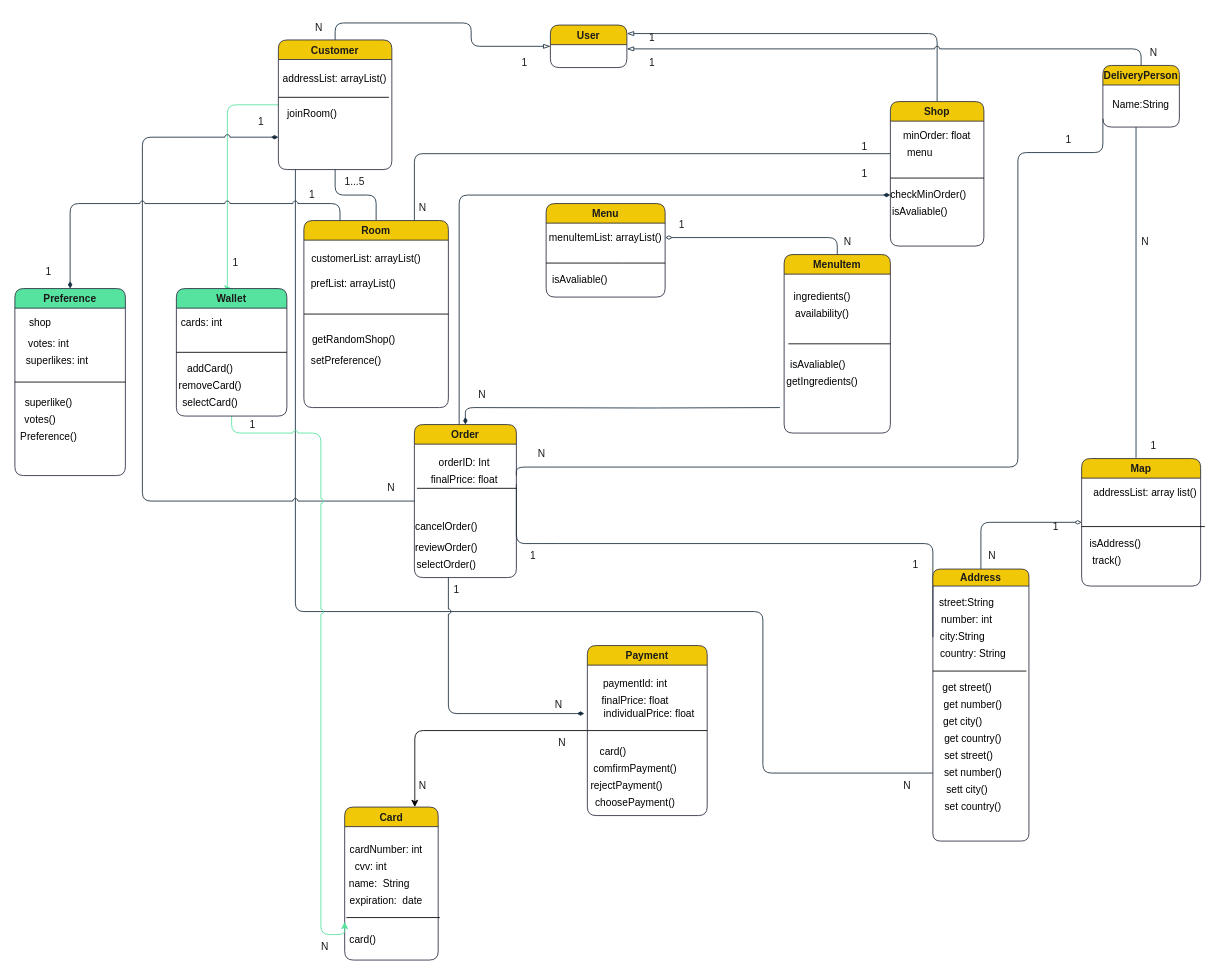
Before: docs/contributions/JoannaAgo/Phase_4/Domain_Model.drawio in iloudaros/nomnomr, a draw.io diagram. Source tidied: cells renumbered, new cells numbered last; positions are measured from the earlier drawing's top-left corner, leaving out a move shared by most shapes. Both pictures are drawn from the tidied source at 85%, with x=0, y=0 at pixel (14, 14).
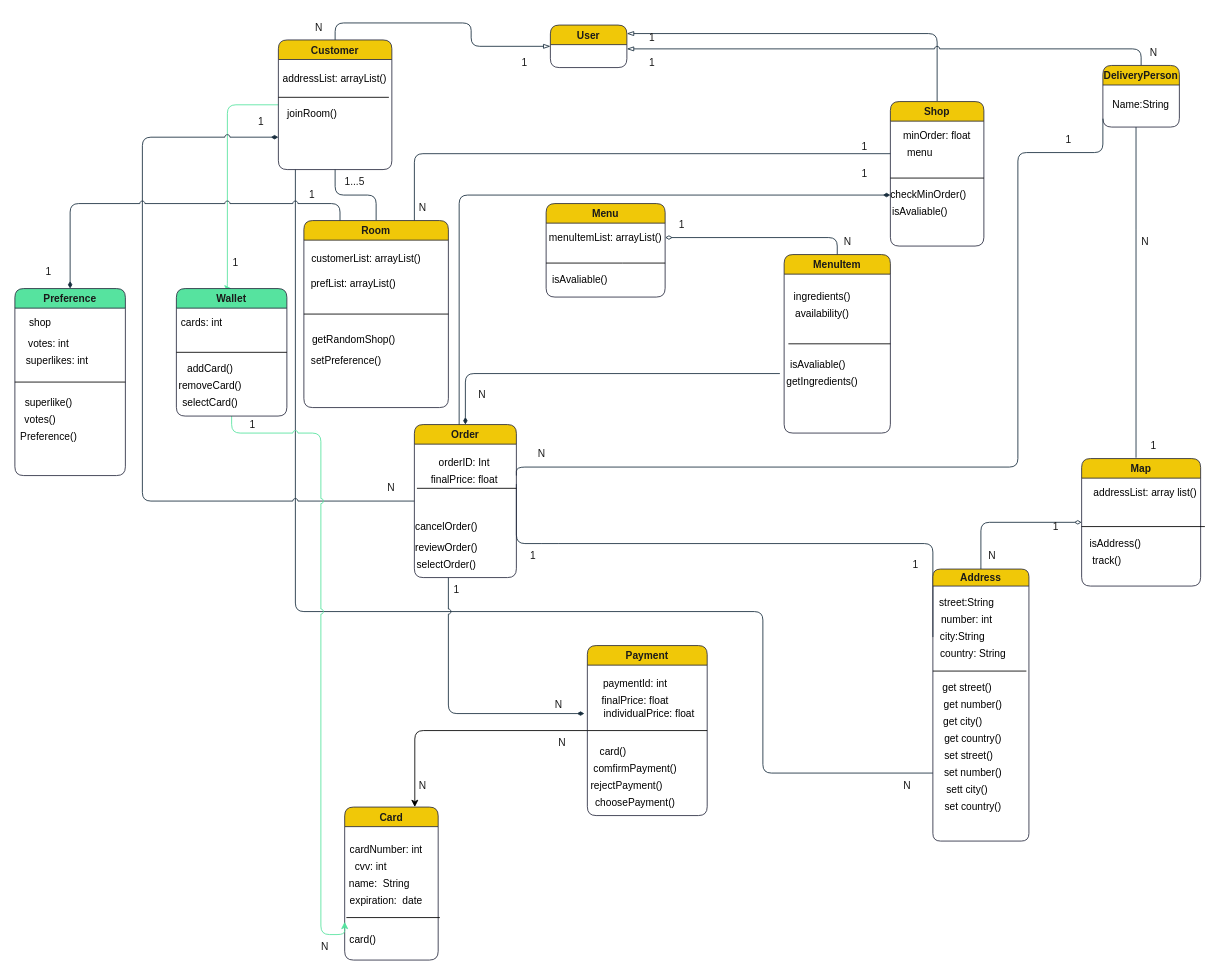
After the change.

Unchanged cells that the change refers to:
```xml
<mxCell id="32" value="Order" style="swimlane;rounded=1;fillColor=#F0C808;strokeColor=#2B2D42;fontColor=#1A1A1A;" parent="1" vertex="1">
  <mxGeometry x="470" y="482" width="120" height="180" as="geometry" />
</mxCell>
<mxCell id="79" value="isAvaliable()" style="text;html=1;strokeColor=none;fillColor=none;align=center;verticalAlign=middle;whiteSpace=wrap;rounded=0;" parent="78" vertex="1">
  <mxGeometry x="-5" y="120" width="90" height="20" as="geometry" />
</mxCell>
```

The edit, as a diff of the source:
```diff
@@
-    <mxCell id="77" style="edgeStyle=orthogonalEdgeStyle;jettySize=auto;html=1;entryX=0.5;entryY=0;entryDx=0;entryDy=0;startArrow=none;startFill=0;endArrow=diamondThin;endFill=1;rounded=1;labelBackgroundColor=#EEEEEE;strokeColor=#182E3E;fontColor=#1A1A1A;" parent="1" edge="1" target="32">
+    <mxCell id="77" style="edgeStyle=orthogonalEdgeStyle;jettySize=auto;html=1;entryX=0.5;entryY=0;entryDx=0;entryDy=0;startArrow=none;startFill=0;endArrow=diamondThin;endFill=1;rounded=1;labelBackgroundColor=#EEEEEE;strokeColor=#182E3E;fontColor=#1A1A1A;exitX=0;exitY=1;exitDx=0;exitDy=0;" parent="1" edge="1" source="79" target="32">
       <mxGeometry relative="1" as="geometry">
-        <mxPoint x="900" y="462" as="sourcePoint" />
+        <Array as="points">
+          <mxPoint x="530" y="422" />
+        </Array>
       </mxGeometry>
     </mxCell>
```
